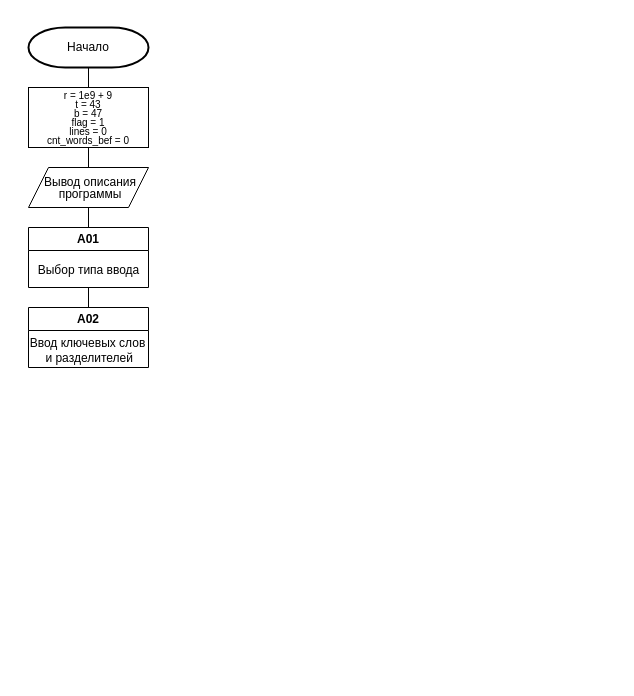
Above: page "Main" (1 of 7) of images/Схема алгоритма.drawio in DexTver/course_work (draw.io), before the change. Source tidied: cells renumbered, new cells numbered last; positions are measured from the earlier drawing's top-left corner, leaving out a move shared by most shapes. Both pictures are drawn from the tidied source at 100%, with x=0, y=0 at pixel (17, 27).
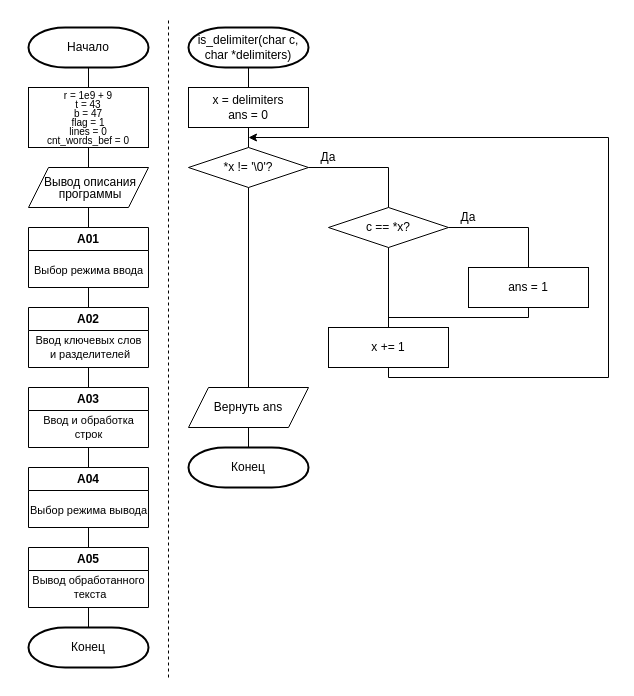
The same page after the edit.

The change refers to these unchanged cells:
```xml
<mxCell id="5" value="A01" style="swimlane;whiteSpace=wrap;html=1;" parent="1" vertex="1">
  <mxGeometry x="11" y="200" width="120" height="60" as="geometry" />
</mxCell>
<mxCell id="7" value="A02" style="swimlane;whiteSpace=wrap;html=1;" parent="1" vertex="1">
  <mxGeometry x="11" y="280" width="120" height="60" as="geometry" />
</mxCell>
```

Diff of the diagram source:
```diff
@@
-    <mxCell id="6" value="Выбор типа ввода" style="text;html=1;align=center;verticalAlign=middle;strokeColor=none;fillColor=none;" parent="1" vertex="1">
+    <mxCell id="6" value="Выбор режима ввода" style="text;html=1;align=center;verticalAlign=middle;strokeColor=none;fillColor=none;fontSize=11;" parent="1" vertex="1">
       <mxGeometry x="6" y="228" width="130" height="30" as="geometry" />
     </mxCell>
@@
-    <mxCell id="8" value="Ввод ключевых слов&lt;br&gt;&amp;nbsp;и разделителей" style="text;html=1;align=center;verticalAlign=middle;strokeColor=none;fillColor=none;" parent="7" vertex="1">
-      <mxGeometry x="-11" y="23" width="140" height="40" as="geometry" />
+    <mxCell id="8" value="Ввод ключевых слов&lt;br style=&quot;font-size: 11px;&quot;&gt;&amp;nbsp;и разделителей" style="text;html=1;align=center;verticalAlign=middle;strokeColor=none;fillColor=none;fontSize=11;" parent="7" vertex="1">
+      <mxGeometry x="-5" y="20" width="130" height="40" as="geometry" />
     </mxCell>
@@
-    <mxCell id="12" style="endArrow=none;html=1;rounded=0;entryX=0.5;entryY=1;entryDx=0;entryDy=0;exitX=0.5;exitY=0;exitDx=0;exitDy=0;" parent="1" edge="1" source="7" target="5">
-      <mxGeometry relative="1" as="geometry" />
+    <mxCell id="12" style="endArrow=none;html=1;rounded=0;entryX=0.5;entryY=1;entryDx=0;entryDy=0;" parent="1" edge="1" target="5">
+      <mxGeometry relative="1" as="geometry">
+        <mxPoint x="71" y="280" as="sourcePoint" />
+      </mxGeometry>
     </mxCell>
+    <mxCell id="13" value="A03" style="swimlane;whiteSpace=wrap;html=1;" parent="1" vertex="1">
+      <mxGeometry x="11" y="360" width="120" height="60" as="geometry" />
+    </mxCell>
+    <mxCell id="14" value="Ввод и обработка&lt;br style=&quot;font-size: 11px;&quot;&gt;строк" style="text;html=1;align=center;verticalAlign=middle;strokeColor=none;fillColor=none;fontSize=11;" parent="13" vertex="1">
+      <mxGeometry x="5" y="20" width="110" height="40" as="geometry" />
+    </mxCell>
+    <mxCell id="15" style="endArrow=none;html=1;rounded=0;exitX=0.5;exitY=0;exitDx=0;exitDy=0;" parent="1" edge="1" source="13">
+      <mxGeometry relative="1" as="geometry">
+        <mxPoint x="71" y="340" as="targetPoint" />
+      </mxGeometry>
+    </mxCell>
+    <mxCell id="16" value="A04" style="swimlane;whiteSpace=wrap;html=1;" parent="1" vertex="1">
+      <mxGeometry x="11" y="440" width="120" height="60" as="geometry" />
+    </mxCell>
+    <mxCell id="17" value="Выбор режима вывода" style="text;html=1;align=center;verticalAlign=middle;strokeColor=none;fillColor=none;fontSize=11;" parent="1" vertex="1">
+      <mxGeometry x="1" y="468" width="140" height="30" as="geometry" />
+    </mxCell>
+    <mxCell id="18" style="endArrow=none;html=1;rounded=0;entryX=0.5;entryY=1;entryDx=0;entryDy=0;exitX=0.5;exitY=0;exitDx=0;exitDy=0;" parent="1" edge="1" source="16" target="13">
+      <mxGeometry relative="1" as="geometry" />
+    </mxCell>
+    <mxCell id="19" value="A05" style="swimlane;whiteSpace=wrap;html=1;" parent="1" vertex="1">
+      <mxGeometry x="11" y="520" width="120" height="60" as="geometry" />
+    </mxCell>
+    <mxCell id="20" value="Вывод обработанного&lt;br style=&quot;font-size: 11px;&quot;&gt;&amp;nbsp;текста" style="text;html=1;align=center;verticalAlign=middle;points=[];strokeColor=none;fillColor=none;fontSize=11;" parent="19" vertex="1">
+      <mxGeometry x="-10" y="20" width="140" height="40" as="geometry" />
+    </mxCell>
+    <mxCell id="21" value="Конец" style="strokeWidth=2;html=1;shape=mxgraph.flowchart.terminator;whiteSpace=wrap;" parent="1" vertex="1">
+      <mxGeometry x="11" y="600" width="120" height="40" as="geometry" />
+    </mxCell>
+    <mxCell id="22" style="endArrow=none;html=1;rounded=0;entryX=0.5;entryY=1;entryDx=0;entryDy=0;exitX=0.5;exitY=0;exitDx=0;exitDy=0;" parent="1" edge="1" source="19" target="16">
+      <mxGeometry relative="1" as="geometry">
+        <Array as="points">
+          <mxPoint x="71" y="520" />
+        </Array>
+      </mxGeometry>
+    </mxCell>
+    <mxCell id="23" style="endArrow=none;html=1;rounded=0;exitX=0.5;exitY=0;exitDx=0;exitDy=0;exitPerimeter=0;entryX=0.5;entryY=1.003;entryDx=0;entryDy=0;entryPerimeter=0;" parent="1" edge="1" source="21" target="20">
+      <mxGeometry relative="1" as="geometry" />
+    </mxCell>
+    <mxCell id="24" value="is_delimiter(char c, char *delimiters)" style="strokeWidth=2;html=1;shape=mxgraph.flowchart.terminator;whiteSpace=wrap;" parent="1" vertex="1">
+      <mxGeometry x="171" width="120" height="40" as="geometry" />
+    </mxCell>
+    <mxCell id="25" value="x = delimiters&lt;br&gt;ans = 0" style="rounded=0;whiteSpace=wrap;html=1;" parent="1" vertex="1">
+      <mxGeometry x="171" y="60" width="120" height="40" as="geometry" />
+    </mxCell>
+    <mxCell id="26" value="*x != '\0'?" style="strokeWidth=1;html=1;shape=mxgraph.flowchart.decision;whiteSpace=wrap;" parent="1" vertex="1">
+      <mxGeometry x="171" y="120" width="120" height="40" as="geometry" />
+    </mxCell>
+    <mxCell id="27" value="c == *x?" style="strokeWidth=1;html=1;shape=mxgraph.flowchart.decision;whiteSpace=wrap;" parent="1" vertex="1">
+      <mxGeometry x="311" y="180" width="120" height="40" as="geometry" />
+    </mxCell>
+    <mxCell id="28" value="ans = 1" style="rounded=0;whiteSpace=wrap;html=1;" parent="1" vertex="1">
+      <mxGeometry x="451" y="240" width="120" height="40" as="geometry" />
+    </mxCell>
+    <mxCell id="29" value="x += 1" style="rounded=0;whiteSpace=wrap;html=1;" parent="1" vertex="1">
+      <mxGeometry x="311" y="300" width="120" height="40" as="geometry" />
+    </mxCell>
+    <mxCell id="30" value="Вернуть ans" style="shape=parallelogram;perimeter=parallelogramPerimeter;whiteSpace=wrap;html=1;fixedSize=1;" parent="1" vertex="1">
+      <mxGeometry x="171" y="360" width="120" height="40" as="geometry" />
+    </mxCell>
+    <mxCell id="31" style="endArrow=none;html=1;rounded=0;entryX=0.5;entryY=1;entryDx=0;entryDy=0;exitX=0.5;exitY=0;exitDx=0;exitDy=0;exitPerimeter=0;" parent="1" edge="1" source="26" target="25">
+      <mxGeometry relative="1" as="geometry" />
+    </mxCell>
+    <mxCell id="32" style="endArrow=none;html=1;rounded=0;entryX=0.5;entryY=1;entryDx=0;entryDy=0;entryPerimeter=0;exitX=0.5;exitY=0;exitDx=0;exitDy=0;" parent="1" edge="1" source="25" target="24">
+      <mxGeometry relative="1" as="geometry" />
+    </mxCell>
+    <mxCell id="33" style="endArrow=none;html=1;rounded=0;entryX=1;entryY=0.5;entryDx=0;entryDy=0;entryPerimeter=0;exitX=0.5;exitY=0;exitDx=0;exitDy=0;exitPerimeter=0;" parent="1" edge="1" source="27" target="26">
+      <mxGeometry relative="1" as="geometry">
+        <Array as="points">
+          <mxPoint x="371" y="140" />
+        </Array>
+      </mxGeometry>
+    </mxCell>
+    <mxCell id="34" style="endArrow=none;html=1;rounded=0;entryX=0.5;entryY=1;entryDx=0;entryDy=0;entryPerimeter=0;exitX=0.5;exitY=0;exitDx=0;exitDy=0;" parent="1" edge="1" source="30" target="26">
+      <mxGeometry relative="1" as="geometry" />
+    </mxCell>
+    <mxCell id="35" style="endArrow=none;html=1;rounded=0;entryX=0.5;entryY=1;entryDx=0;entryDy=0;entryPerimeter=0;exitX=0.5;exitY=0;exitDx=0;exitDy=0;" parent="1" edge="1" source="29" target="27">
+      <mxGeometry relative="1" as="geometry" />
+    </mxCell>
+    <mxCell id="36" style="endArrow=none;html=1;rounded=0;entryX=1;entryY=0.5;entryDx=0;entryDy=0;entryPerimeter=0;exitX=0.5;exitY=0;exitDx=0;exitDy=0;" parent="1" edge="1" source="28" target="27">
+      <mxGeometry relative="1" as="geometry">
+        <Array as="points">
+          <mxPoint x="511" y="200" />
+        </Array>
+      </mxGeometry>
+    </mxCell>
+    <mxCell id="37" style="endArrow=none;html=1;rounded=0;entryX=0.5;entryY=1;entryDx=0;entryDy=0;" parent="1" edge="1" target="28">
+      <mxGeometry relative="1" as="geometry">
+        <mxPoint x="371" y="290" as="sourcePoint" />
+        <Array as="points">
+          <mxPoint x="511" y="290" />
+        </Array>
+      </mxGeometry>
+    </mxCell>
+    <mxCell id="38" style="endArrow=none;html=1;rounded=0;entryX=0.5;entryY=1;entryDx=0;entryDy=0;startArrow=classic;startFill=1;" parent="1" edge="1" target="29">
+      <mxGeometry relative="1" as="geometry">
+        <mxPoint x="231" y="110" as="sourcePoint" />
+        <Array as="points">
+          <mxPoint x="591" y="110" />
+          <mxPoint x="591" y="350" />
+          <mxPoint x="371" y="350" />
+        </Array>
+      </mxGeometry>
+    </mxCell>
+    <mxCell id="39" value="Да" style="text;html=1;strokeColor=none;fillColor=none;align=center;verticalAlign=middle;whiteSpace=wrap;rounded=0;" parent="1" vertex="1">
+      <mxGeometry x="281" y="115" width="60" height="30" as="geometry" />
+    </mxCell>
+    <mxCell id="40" value="Да" style="text;html=1;strokeColor=none;fillColor=none;align=center;verticalAlign=middle;whiteSpace=wrap;rounded=0;" parent="1" vertex="1">
+      <mxGeometry x="421" y="175" width="60" height="30" as="geometry" />
+    </mxCell>
+    <mxCell id="41" value="Конец" style="strokeWidth=2;html=1;shape=mxgraph.flowchart.terminator;whiteSpace=wrap;" parent="1" vertex="1">
+      <mxGeometry x="171" y="420" width="120" height="40" as="geometry" />
+    </mxCell>
+    <mxCell id="42" style="endArrow=none;html=1;rounded=0;entryX=0.5;entryY=1;entryDx=0;entryDy=0;exitX=0.5;exitY=0;exitDx=0;exitDy=0;exitPerimeter=0;" parent="1" edge="1" source="41" target="30">
+      <mxGeometry relative="1" as="geometry" />
+    </mxCell>
+    <mxCell id="43" style="endArrow=none;dashed=1;html=1;rounded=0;" parent="1" edge="1">
+      <mxGeometry relative="1" as="geometry">
+        <mxPoint x="151" y="650" as="sourcePoint" />
+        <mxPoint x="151" y="-10" as="targetPoint" />
+      </mxGeometry>
+    </mxCell>
```
